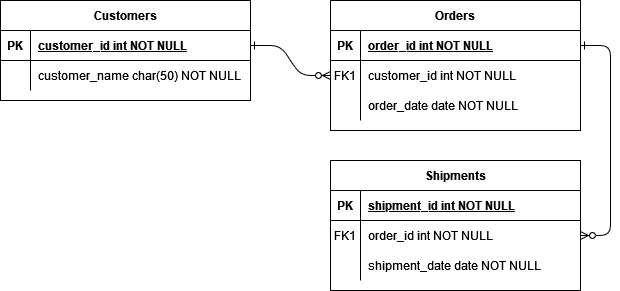
This is writer-reader-db.drawio.png from RazumeetsyaDanila/writer-reader-app, a draw.io export, as it was before one commit. Source tidied: cells renumbered, new cells last; positions are measured from the earlier drawing's top-left corner, leaving out a move shared by most shapes.
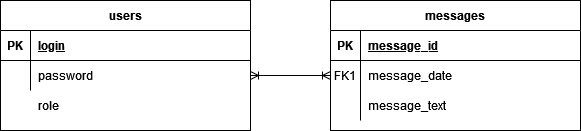
The same file after the commit.

What changed in the source:
```diff
@@ -2,13 +2,7 @@
   <root>
     <mxCell id="0" />
     <mxCell id="1" parent="0" />
-    <mxCell id="2" style="edgeStyle=entityRelationEdgeStyle;endArrow=ERzeroToMany;startArrow=ERone;endFill=1;startFill=0;" parent="1" edge="1" source="25" target="8">
-      <mxGeometry relative="1" as="geometry" />
-    </mxCell>
-    <mxCell id="3" style="edgeStyle=entityRelationEdgeStyle;endArrow=ERzeroToMany;startArrow=ERone;endFill=1;startFill=0;" parent="1" edge="1" source="5" target="18">
-      <mxGeometry relative="1" as="geometry" />
-    </mxCell>
-    <mxCell id="4" value="Orders" style="shape=table;startSize=30;rowLines=0;fontStyle=1;align=center;" parent="1" vertex="1">
+    <mxCell id="4" value="messages" style="shape=table;startSize=30;rowLines=0;fontStyle=1;align=center;" parent="1" vertex="1">
       <mxGeometry x="330" width="250" height="130" as="geometry" />
     </mxCell>
     <mxCell id="5" style="shape=partialRectangle;fillColor=none;points=[[0,0.5],[1,0.5]];portConstraint=eastwest;top=0;left=0;right=0;bottom=1;" parent="4" vertex="1">
@@ -17,7 +11,7 @@
     <mxCell id="6" value="PK" style="shape=partialRectangle;overflow=hidden;fillColor=none;top=0;left=0;bottom=0;right=0;fontStyle=1;" parent="5" vertex="1">
       <mxGeometry width="30" height="30" as="geometry" />
     </mxCell>
-    <mxCell id="7" value="order_id int NOT NULL " style="shape=partialRectangle;overflow=hidden;fillColor=none;top=0;left=0;bottom=0;right=0;align=left;spacingLeft=6;fontStyle=5;" parent="5" vertex="1">
+    <mxCell id="7" value="message_id" style="shape=partialRectangle;overflow=hidden;fillColor=none;top=0;left=0;bottom=0;right=0;align=left;spacingLeft=6;fontStyle=5;" parent="5" vertex="1">
       <mxGeometry x="30" width="220" height="30" as="geometry" />
     </mxCell>
     <mxCell id="8" style="shape=partialRectangle;fillColor=none;points=[[0,0.5],[1,0.5]];portConstraint=eastwest;top=0;left=0;right=0;bottom=0;" parent="4" vertex="1">
@@ -26,7 +20,7 @@
     <mxCell id="9" value="FK1" style="shape=partialRectangle;overflow=hidden;fillColor=none;top=0;left=0;bottom=0;right=0;" parent="8" vertex="1">
       <mxGeometry width="30" height="30" as="geometry" />
     </mxCell>
-    <mxCell id="10" value="customer_id int NOT NULL" style="shape=partialRectangle;overflow=hidden;fillColor=none;top=0;left=0;bottom=0;right=0;align=left;spacingLeft=6;" parent="8" vertex="1">
+    <mxCell id="10" value="message_date" style="shape=partialRectangle;overflow=hidden;fillColor=none;top=0;left=0;bottom=0;right=0;align=left;spacingLeft=6;" parent="8" vertex="1">
       <mxGeometry x="30" width="220" height="30" as="geometry" />
     </mxCell>
     <mxCell id="11" style="shape=partialRectangle;fillColor=none;top=0;left=0;right=0;bottom=0;" parent="4" vertex="1">
@@ -35,41 +29,11 @@
     <mxCell id="12" style="shape=partialRectangle;overflow=hidden;fillColor=none;top=0;left=0;bottom=0;right=0;" parent="11" vertex="1">
       <mxGeometry width="30" height="30" as="geometry" />
     </mxCell>
-    <mxCell id="13" value="order_date date NOT NULL" style="shape=partialRectangle;overflow=hidden;fillColor=none;top=0;left=0;bottom=0;right=0;align=left;spacingLeft=6;" parent="11" vertex="1">
+    <mxCell id="13" value="message_text" style="shape=partialRectangle;overflow=hidden;fillColor=none;top=0;left=0;bottom=0;right=0;align=left;spacingLeft=6;" parent="11" vertex="1">
       <mxGeometry x="30" width="220" height="30" as="geometry" />
     </mxCell>
-    <mxCell id="14" value="Shipments" style="shape=table;startSize=30;rowLines=0;fontStyle=1;align=center;" parent="1" vertex="1">
-      <mxGeometry x="330" y="160" width="250" height="130" as="geometry" />
-    </mxCell>
-    <mxCell id="15" style="shape=partialRectangle;fillColor=none;top=0;left=0;right=0;bottom=1;" parent="14" vertex="1">
-      <mxGeometry y="30" width="250" height="30" as="geometry" />
-    </mxCell>
-    <mxCell id="16" value="PK" style="shape=partialRectangle;overflow=hidden;fillColor=none;top=0;left=0;bottom=0;right=0;fontStyle=1;" parent="15" vertex="1">
-      <mxGeometry width="30" height="30" as="geometry" />
-    </mxCell>
-    <mxCell id="17" value="shipment_id int NOT NULL " style="shape=partialRectangle;overflow=hidden;fillColor=none;top=0;left=0;bottom=0;right=0;align=left;spacingLeft=6;fontStyle=5;" parent="15" vertex="1">
-      <mxGeometry x="30" width="220" height="30" as="geometry" />
-    </mxCell>
-    <mxCell id="18" style="shape=partialRectangle;fillColor=none;points=[[0,0.5],[1,0.5]];portConstraint=eastwest;top=0;left=0;right=0;bottom=0;" parent="14" vertex="1">
-      <mxGeometry y="60" width="250" height="30" as="geometry" />
-    </mxCell>
-    <mxCell id="19" value="FK1" style="shape=partialRectangle;overflow=hidden;fillColor=none;top=0;left=0;bottom=0;right=0;" parent="18" vertex="1">
-      <mxGeometry width="30" height="30" as="geometry" />
-    </mxCell>
-    <mxCell id="20" value="order_id int NOT NULL" style="shape=partialRectangle;overflow=hidden;fillColor=none;top=0;left=0;bottom=0;right=0;align=left;spacingLeft=6;" parent="18" vertex="1">
-      <mxGeometry x="30" width="220" height="30" as="geometry" />
-    </mxCell>
-    <mxCell id="21" style="shape=partialRectangle;fillColor=none;top=0;left=0;right=0;bottom=0;" parent="14" vertex="1">
-      <mxGeometry y="90" width="250" height="30" as="geometry" />
-    </mxCell>
-    <mxCell id="22" style="shape=partialRectangle;overflow=hidden;fillColor=none;top=0;left=0;bottom=0;right=0;" parent="21" vertex="1">
-      <mxGeometry width="30" height="30" as="geometry" />
-    </mxCell>
-    <mxCell id="23" value="shipment_date date NOT NULL" style="shape=partialRectangle;overflow=hidden;fillColor=none;top=0;left=0;bottom=0;right=0;align=left;spacingLeft=6;" parent="21" vertex="1">
-      <mxGeometry x="30" width="220" height="30" as="geometry" />
-    </mxCell>
-    <mxCell id="24" value="Customers" style="shape=table;startSize=30;rowLines=0;fontStyle=1;align=center;" parent="1" vertex="1">
-      <mxGeometry width="250" height="100" as="geometry" />
+    <mxCell id="24" value="users" style="shape=table;startSize=30;rowLines=0;fontStyle=1;align=center;" parent="1" vertex="1">
+      <mxGeometry width="250" height="130" as="geometry" />
     </mxCell>
     <mxCell id="25" style="shape=partialRectangle;fillColor=none;points=[[0,0.5],[1,0.5]];portConstraint=eastwest;top=0;left=0;right=0;bottom=1;" parent="24" vertex="1">
       <mxGeometry y="30" width="250" height="30" as="geometry" />
@@ -77,7 +41,7 @@
     <mxCell id="26" value="PK" style="shape=partialRectangle;overflow=hidden;fillColor=none;top=0;left=0;bottom=0;right=0;fontStyle=1;" parent="25" vertex="1">
       <mxGeometry width="30" height="30" as="geometry" />
     </mxCell>
-    <mxCell id="27" value="customer_id int NOT NULL " style="shape=partialRectangle;overflow=hidden;fillColor=none;top=0;left=0;bottom=0;right=0;align=left;spacingLeft=6;fontStyle=5;" parent="25" vertex="1">
+    <mxCell id="27" value="login" style="shape=partialRectangle;overflow=hidden;fillColor=none;top=0;left=0;bottom=0;right=0;align=left;spacingLeft=6;fontStyle=5;" parent="25" vertex="1">
       <mxGeometry x="30" width="220" height="30" as="geometry" />
     </mxCell>
     <mxCell id="28" style="shape=partialRectangle;fillColor=none;points=[[0,0.5],[1,0.5]];portConstraint=eastwest;top=0;left=0;right=0;bottom=0;" parent="24" vertex="1">
@@ -86,8 +50,14 @@
     <mxCell id="29" style="shape=partialRectangle;overflow=hidden;fillColor=none;top=0;left=0;bottom=0;right=0;" parent="28" vertex="1">
       <mxGeometry width="30" height="30" as="geometry" />
     </mxCell>
-    <mxCell id="30" value="customer_name char(50) NOT NULL" style="shape=partialRectangle;overflow=hidden;fillColor=none;top=0;left=0;bottom=0;right=0;align=left;spacingLeft=6;" parent="28" vertex="1">
+    <mxCell id="30" value="password" style="shape=partialRectangle;overflow=hidden;fillColor=none;top=0;left=0;bottom=0;right=0;align=left;spacingLeft=6;" parent="28" vertex="1">
       <mxGeometry x="30" width="220" height="30" as="geometry" />
     </mxCell>
+    <mxCell id="31" value="role" style="shape=partialRectangle;overflow=hidden;fillColor=none;top=0;left=0;bottom=0;right=0;align=left;spacingLeft=6;" parent="1" vertex="1">
+      <mxGeometry x="30" y="90" width="220" height="30" as="geometry" />
+    </mxCell>
+    <mxCell id="32" style="edgeStyle=entityRelationEdgeStyle;fontSize=12;html=1;endArrow=ERoneToMany;startArrow=ERoneToMany;rounded=0;entryX=0;entryY=0.5;entryDx=0;entryDy=0;exitX=1;exitY=0.5;exitDx=0;exitDy=0;" parent="1" edge="1" source="28" target="8">
+      <mxGeometry relative="1" as="geometry" />
+    </mxCell>
   </root>
 </mxGraphModel>
```
